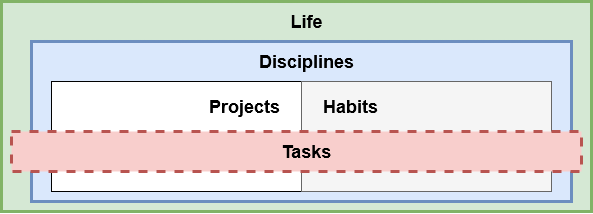
Above: 600 Resources/Habits, Life, Disciplines, Projects.drawio.png in uwidev/life-disciplines-projects (draw.io), before the change. Source tidied: cells renumbered, new cells last; positions are measured from the earlier drawing's top-left corner, leaving out a move shared by most shapes.
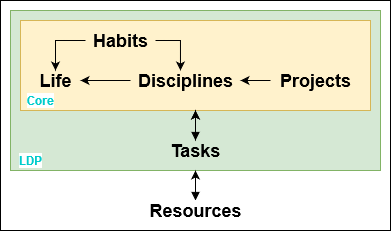
Later version of the same file.

Diff of the diagram source:
```diff
@@ -2,35 +2,67 @@
   <root>
     <mxCell id="0" />
     <mxCell id="1" parent="0" />
-    <mxCell id="2" style="whiteSpace=wrap;html=1;fillColor=#d5e8d4;strokeColor=#82b366;fontStyle=1;strokeWidth=3;" parent="1" vertex="1">
-      <mxGeometry width="590" height="210" as="geometry" />
-    </mxCell>
-    <mxCell id="3" style="whiteSpace=wrap;html=1;fillColor=#dae8fc;strokeColor=#6c8ebf;fontStyle=1;strokeWidth=3;" parent="1" vertex="1">
-      <mxGeometry x="30" y="40" width="540" height="160" as="geometry" />
-    </mxCell>
-    <mxCell id="4" style="whiteSpace=wrap;html=1;fontStyle=1;" parent="1" vertex="1">
-      <mxGeometry x="50" y="80" width="250" height="110" as="geometry" />
-    </mxCell>
+    <mxCell id="12" style="rounded=0;whiteSpace=wrap;html=1;labelBackgroundColor=default;labelBorderColor=none;fontColor=#00CCCC;" parent="1" vertex="1">
+      <mxGeometry x="50" y="80" width="390" height="230" as="geometry" />
+    </mxCell>
+    <mxCell id="13" style="whiteSpace=wrap;html=1;fillColor=#d5e8d4;strokeColor=#82b366;" parent="1" vertex="1">
+      <mxGeometry x="60" y="90" width="370" height="160" as="geometry" />
+    </mxCell>
+    <mxCell id="14" style="whiteSpace=wrap;html=1;fillColor=#fff2cc;strokeColor=#d6b656;" parent="1" vertex="1">
+      <mxGeometry x="70" y="100" width="350" height="90" as="geometry" />
+    </mxCell>
+    <mxCell id="15" style="edgeStyle=orthogonalEdgeStyle;rounded=0;jettySize=auto;html=1;" parent="1" edge="1" source="11" target="14">
+      <mxGeometry relative="1" as="geometry" />
+    </mxCell>
+    <mxCell id="16" style="edgeStyle=orthogonalEdgeStyle;rounded=0;jumpStyle=none;jettySize=auto;html=1;startArrow=block;startFill=1;elbow=vertical;" parent="1" edge="1" source="11" target="14">
+      <mxGeometry relative="1" as="geometry" />
+    </mxCell>
+    <mxCell id="11" value="&lt;div style=&quot;font-size: 18px&quot;&gt;&lt;font style=&quot;font-size: 18px&quot;&gt;Tasks&lt;/font&gt;&lt;/div&gt;" style="text;html=1;align=center;verticalAlign=middle;points=[];strokeColor=none;fillColor=none;fontStyle=1;" parent="1" vertex="1">
+      <mxGeometry x="210" y="220" width="70" height="20" as="geometry" />
+    </mxCell>
-    <mxCell id="5" value="&lt;div style=&quot;font-size: 18px&quot; align=&quot;right&quot;&gt;&lt;font style=&quot;font-size: 18px&quot;&gt;Projects&lt;/font&gt;&lt;/div&gt;" style="text;html=1;align=right;verticalAlign=middle;points=[];strokeColor=none;fillColor=none;fontStyle=1;" parent="1" vertex="1">
-      <mxGeometry x="190" y="95" width="90" height="20" as="geometry" />
+    <mxCell id="5" value="&lt;div style=&quot;font-size: 18px&quot;&gt;&lt;font style=&quot;font-size: 18px&quot;&gt;Projects&lt;/font&gt;&lt;/div&gt;" style="text;html=1;align=center;verticalAlign=middle;points=[];strokeColor=none;fillColor=none;fontStyle=1;" parent="1" vertex="1">
+      <mxGeometry x="320" y="150" width="90" height="20" as="geometry" />
     </mxCell>
-    <mxCell id="6" style="whiteSpace=wrap;html=1;strokeColor=#666666;fillColor=#f5f5f5;fontColor=#333333;rounded=0;" parent="1" vertex="1">
-      <mxGeometry x="300" y="80" width="250" height="110" as="geometry" />
-    </mxCell>
+    <mxCell id="17" style="edgeStyle=orthogonalEdgeStyle;rounded=0;jettySize=auto;html=1;" parent="1" edge="1" source="9" target="8">
+      <mxGeometry relative="1" as="geometry">
+        <Array as="points">
+          <mxPoint x="105" y="120" />
+        </Array>
+      </mxGeometry>
+    </mxCell>
+    <mxCell id="18" style="edgeStyle=orthogonalEdgeStyle;rounded=0;jettySize=auto;html=1;" parent="1" edge="1" source="9" target="7">
+      <mxGeometry relative="1" as="geometry">
+        <Array as="points">
+          <mxPoint x="230" y="120" />
+        </Array>
+      </mxGeometry>
+    </mxCell>
+    <mxCell id="9" value="&lt;div&gt;&lt;font style=&quot;font-size: 18px&quot;&gt;Habits&lt;/font&gt;&lt;/div&gt;" style="text;html=1;align=center;verticalAlign=middle;points=[];strokeColor=none;fillColor=none;fontStyle=1;" parent="1" vertex="1">
+      <mxGeometry x="135" y="110" width="70" height="20" as="geometry" />
+    </mxCell>
+    <mxCell id="19" style="edgeStyle=orthogonalEdgeStyle;rounded=0;jettySize=auto;html=1;" parent="1" edge="1" source="5" target="7">
+      <mxGeometry relative="1" as="geometry" />
+    </mxCell>
     <mxCell id="7" value="&lt;font style=&quot;font-size: 18px&quot;&gt;Disciplines&lt;/font&gt;" style="text;html=1;align=center;verticalAlign=middle;points=[];strokeColor=none;fillColor=none;fontStyle=1;" parent="1" vertex="1">
-      <mxGeometry x="250" y="50" width="110" height="20" as="geometry" />
+      <mxGeometry x="180" y="150" width="110" height="20" as="geometry" />
     </mxCell>
+    <mxCell id="20" style="edgeStyle=orthogonalEdgeStyle;rounded=0;jettySize=auto;html=1;" parent="1" edge="1" source="7" target="8">
+      <mxGeometry relative="1" as="geometry" />
+    </mxCell>
     <mxCell id="8" value="&lt;div style=&quot;font-size: 18px&quot;&gt;&lt;font style=&quot;font-size: 18px&quot;&gt;Life&lt;/font&gt;&lt;/div&gt;" style="text;html=1;align=center;verticalAlign=middle;points=[];strokeColor=none;fillColor=none;fontStyle=1;" parent="1" vertex="1">
-      <mxGeometry x="280" y="10" width="50" height="20" as="geometry" />
+      <mxGeometry x="80" y="150" width="50" height="20" as="geometry" />
     </mxCell>
-    <mxCell id="9" value="&lt;div align=&quot;left&quot;&gt;&lt;font style=&quot;font-size: 18px&quot;&gt;Habits&lt;/font&gt;&lt;/div&gt;" style="text;html=1;align=left;verticalAlign=middle;points=[];strokeColor=none;fillColor=none;fontStyle=1;" parent="1" vertex="1">
-      <mxGeometry x="320" y="95" width="70" height="20" as="geometry" />
-    </mxCell>
-    <mxCell id="10" style="whiteSpace=wrap;html=1;strokeColor=#b85450;fillColor=#f8cecc;dashed=1;strokeWidth=3;" parent="1" vertex="1">
-      <mxGeometry x="10" y="130" width="570" height="40" as="geometry" />
-    </mxCell>
-    <mxCell id="11" value="&lt;div style=&quot;font-size: 18px&quot;&gt;&lt;font style=&quot;font-size: 18px&quot;&gt;Tasks&lt;/font&gt;&lt;/div&gt;" style="text;html=1;align=center;verticalAlign=middle;points=[];strokeColor=none;fillColor=none;fontStyle=1;" parent="1" vertex="1">
-      <mxGeometry x="270" y="140" width="70" height="20" as="geometry" />
-    </mxCell>
+    <mxCell id="21" style="edgeStyle=orthogonalEdgeStyle;rounded=0;jumpStyle=none;jettySize=auto;html=1;startArrow=block;startFill=1;labelBorderColor=none;shadow=0;sketch=0;" parent="1" edge="1" source="22" target="13">
+      <mxGeometry relative="1" as="geometry" />
+    </mxCell>
+    <mxCell id="22" value="&lt;div style=&quot;font-size: 18px&quot;&gt;&lt;font style=&quot;font-size: 18px&quot;&gt;Resources&lt;/font&gt;&lt;/div&gt;" style="text;html=1;align=center;verticalAlign=middle;points=[];strokeColor=none;fillColor=none;fontStyle=1;labelBorderColor=none;labelBackgroundColor=default;" parent="1" vertex="1">
+      <mxGeometry x="190" y="280" width="110" height="20" as="geometry" />
+    </mxCell>
+    <mxCell id="23" value="&lt;div&gt;LDP&lt;/div&gt;" style="text;html=1;align=center;verticalAlign=middle;strokeColor=none;fillColor=none;fontStyle=1;fontColor=#00CCCC;labelBackgroundColor=default;" parent="1" vertex="1">
+      <mxGeometry x="60" y="230" width="40" height="20" as="geometry" />
+    </mxCell>
+    <mxCell id="24" value="Core" style="text;html=1;align=center;verticalAlign=middle;strokeColor=none;fillColor=none;fontStyle=1;fontColor=#00CCCC;labelBackgroundColor=default;labelBorderColor=none;" parent="1" vertex="1">
+      <mxGeometry x="70" y="170" width="40" height="20" as="geometry" />
+    </mxCell>
   </root>
 </mxGraphModel>
```
